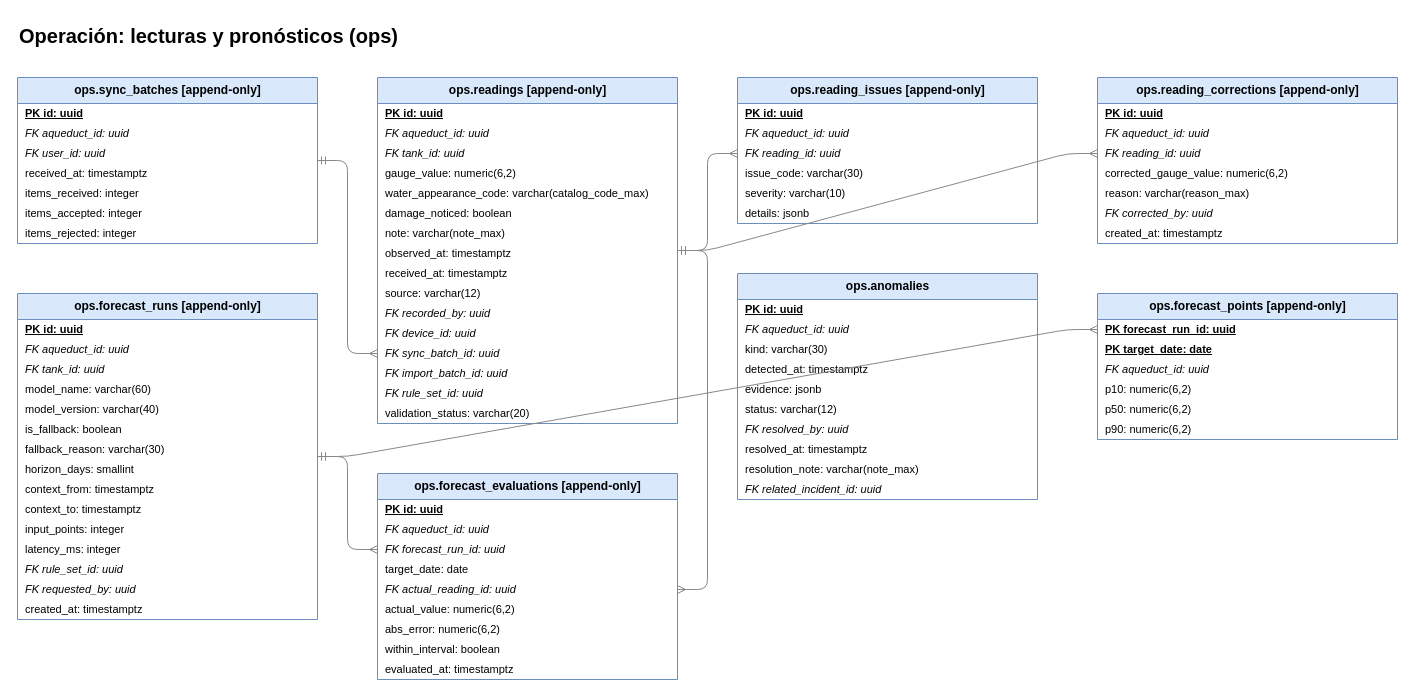
Above: page "Operación: lecturas y pronósticos (ops)" (4 of 7) of docs/images/modelo-de-datos.drawio in NicoalsD/caudal-backend (draw.io), before the change. Source tidied: cells renumbered, new cells numbered last; positions are measured from the earlier drawing's top-left corner, leaving out a move shared by most shapes. Both pictures are drawn from the tidied source at 100%, with x=0, y=0 at pixel (17, 17).
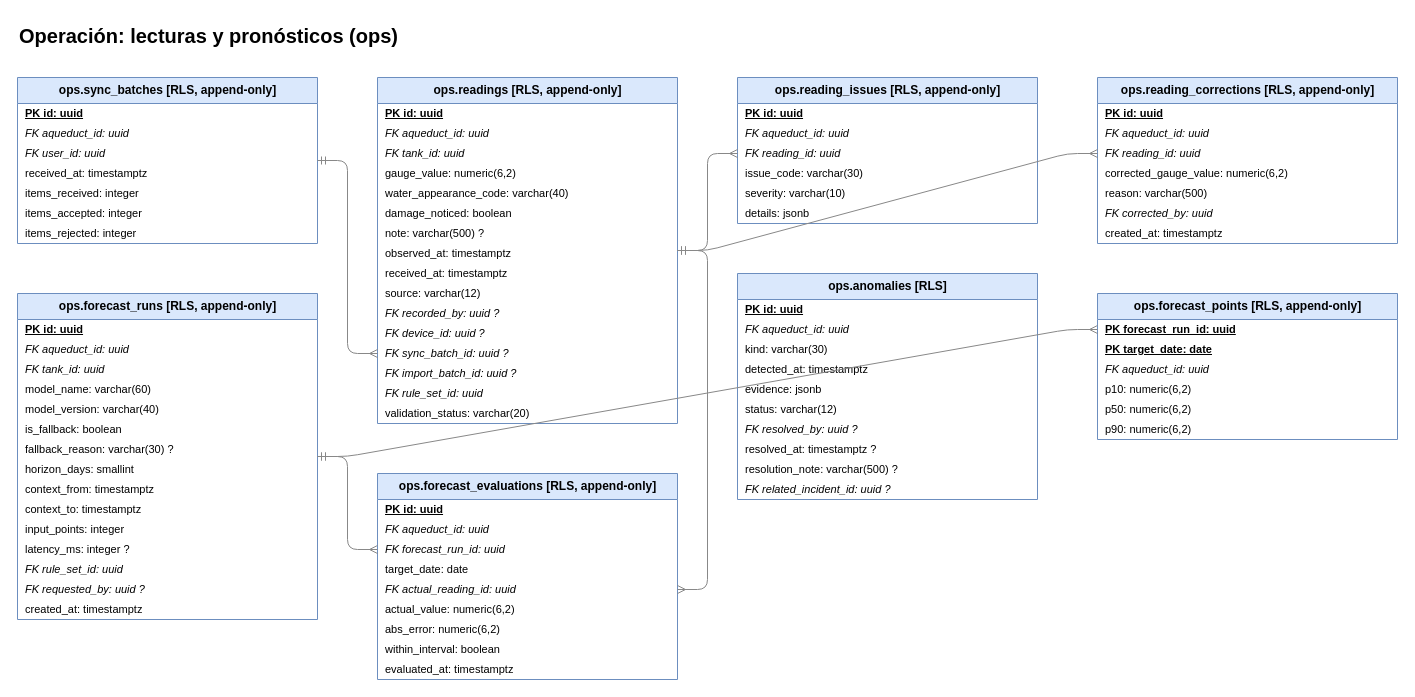
After the change.

The edit, as a diff of the source:
```diff
@@
-    <mxCell id="3" value="ops.sync_batches  [append-only]" style="swimlane;fontStyle=1;horizontal=1;startSize=26;html=1;fillColor=#dae8fc;strokeColor=#6c8ebf;fontSize=12;" parent="1" vertex="1">
+    <mxCell id="3" value="ops.sync_batches  [RLS, append-only]" style="swimlane;fontStyle=1;horizontal=1;startSize=26;html=1;fillColor=#dae8fc;strokeColor=#6c8ebf;fontSize=12;" parent="1" vertex="1">
       <mxGeometry y="60" width="300" height="166" as="geometry" />
     </mxCell>
@@
-    <mxCell id="11" value="ops.readings  [append-only]" style="swimlane;fontStyle=1;horizontal=1;startSize=26;html=1;fillColor=#dae8fc;strokeColor=#6c8ebf;fontSize=12;" parent="1" vertex="1">
+    <mxCell id="11" value="ops.readings  [RLS, append-only]" style="swimlane;fontStyle=1;horizontal=1;startSize=26;html=1;fillColor=#dae8fc;strokeColor=#6c8ebf;fontSize=12;" parent="1" vertex="1">
       <mxGeometry x="360" y="60" width="300" height="346" as="geometry" />
     </mxCell>
@@
-    <mxCell id="16" value="water_appearance_code: varchar(catalog_code_max)" style="text;strokeColor=none;fillColor=none;align=left;verticalAlign=middle;spacingLeft=6;html=1;fontSize=11;" parent="11" vertex="1">
+    <mxCell id="16" value="water_appearance_code: varchar(40)" style="text;strokeColor=none;fillColor=none;align=left;verticalAlign=middle;spacingLeft=6;html=1;fontSize=11;" parent="11" vertex="1">
       <mxGeometry y="106" width="300" height="20" as="geometry" />
     </mxCell>
@@
-    <mxCell id="18" value="note: varchar(note_max)" style="text;strokeColor=none;fillColor=none;align=left;verticalAlign=middle;spacingLeft=6;html=1;fontSize=11;" parent="11" vertex="1">
+    <mxCell id="18" value="note: varchar(500) ?" style="text;strokeColor=none;fillColor=none;align=left;verticalAlign=middle;spacingLeft=6;html=1;fontSize=11;" parent="11" vertex="1">
       <mxGeometry y="146" width="300" height="20" as="geometry" />
     </mxCell>
@@
-    <mxCell id="22" value="FK recorded_by: uuid" style="text;strokeColor=none;fillColor=none;align=left;verticalAlign=middle;spacingLeft=6;html=1;fontSize=11;fontStyle=2;" parent="11" vertex="1">
+    <mxCell id="22" value="FK recorded_by: uuid ?" style="text;strokeColor=none;fillColor=none;align=left;verticalAlign=middle;spacingLeft=6;html=1;fontSize=11;fontStyle=2;" parent="11" vertex="1">
       <mxGeometry y="226" width="300" height="20" as="geometry" />
     </mxCell>
-    <mxCell id="23" value="FK device_id: uuid" style="text;strokeColor=none;fillColor=none;align=left;verticalAlign=middle;spacingLeft=6;html=1;fontSize=11;fontStyle=2;" parent="11" vertex="1">
+    <mxCell id="23" value="FK device_id: uuid ?" style="text;strokeColor=none;fillColor=none;align=left;verticalAlign=middle;spacingLeft=6;html=1;fontSize=11;fontStyle=2;" parent="11" vertex="1">
       <mxGeometry y="246" width="300" height="20" as="geometry" />
     </mxCell>
-    <mxCell id="24" value="FK sync_batch_id: uuid" style="text;strokeColor=none;fillColor=none;align=left;verticalAlign=middle;spacingLeft=6;html=1;fontSize=11;fontStyle=2;" parent="11" vertex="1">
+    <mxCell id="24" value="FK sync_batch_id: uuid ?" style="text;strokeColor=none;fillColor=none;align=left;verticalAlign=middle;spacingLeft=6;html=1;fontSize=11;fontStyle=2;" parent="11" vertex="1">
       <mxGeometry y="266" width="300" height="20" as="geometry" />
     </mxCell>
-    <mxCell id="25" value="FK import_batch_id: uuid" style="text;strokeColor=none;fillColor=none;align=left;verticalAlign=middle;spacingLeft=6;html=1;fontSize=11;fontStyle=2;" parent="11" vertex="1">
+    <mxCell id="25" value="FK import_batch_id: uuid ?" style="text;strokeColor=none;fillColor=none;align=left;verticalAlign=middle;spacingLeft=6;html=1;fontSize=11;fontStyle=2;" parent="11" vertex="1">
       <mxGeometry y="286" width="300" height="20" as="geometry" />
     </mxCell>
@@
-    <mxCell id="28" value="ops.reading_issues  [append-only]" style="swimlane;fontStyle=1;horizontal=1;startSize=26;html=1;fillColor=#dae8fc;strokeColor=#6c8ebf;fontSize=12;" parent="1" vertex="1">
+    <mxCell id="28" value="ops.reading_issues  [RLS, append-only]" style="swimlane;fontStyle=1;horizontal=1;startSize=26;html=1;fillColor=#dae8fc;strokeColor=#6c8ebf;fontSize=12;" parent="1" vertex="1">
       <mxGeometry x="720" y="60" width="300" height="146" as="geometry" />
     </mxCell>
@@
-    <mxCell id="35" value="ops.reading_corrections  [append-only]" style="swimlane;fontStyle=1;horizontal=1;startSize=26;html=1;fillColor=#dae8fc;strokeColor=#6c8ebf;fontSize=12;" parent="1" vertex="1">
+    <mxCell id="35" value="ops.reading_corrections  [RLS, append-only]" style="swimlane;fontStyle=1;horizontal=1;startSize=26;html=1;fillColor=#dae8fc;strokeColor=#6c8ebf;fontSize=12;" parent="1" vertex="1">
       <mxGeometry x="1080" y="60" width="300" height="166" as="geometry" />
     </mxCell>
@@
-    <mxCell id="40" value="reason: varchar(reason_max)" style="text;strokeColor=none;fillColor=none;align=left;verticalAlign=middle;spacingLeft=6;html=1;fontSize=11;" parent="35" vertex="1">
+    <mxCell id="40" value="reason: varchar(500)" style="text;strokeColor=none;fillColor=none;align=left;verticalAlign=middle;spacingLeft=6;html=1;fontSize=11;" parent="35" vertex="1">
       <mxGeometry y="106" width="300" height="20" as="geometry" />
     </mxCell>
@@
-    <mxCell id="43" value="ops.anomalies" style="swimlane;fontStyle=1;horizontal=1;startSize=26;html=1;fillColor=#dae8fc;strokeColor=#6c8ebf;fontSize=12;" parent="1" vertex="1">
+    <mxCell id="43" value="ops.anomalies  [RLS]" style="swimlane;fontStyle=1;horizontal=1;startSize=26;html=1;fillColor=#dae8fc;strokeColor=#6c8ebf;fontSize=12;" parent="1" vertex="1">
       <mxGeometry x="720" y="256" width="300" height="226" as="geometry" />
     </mxCell>
@@
-    <mxCell id="50" value="FK resolved_by: uuid" style="text;strokeColor=none;fillColor=none;align=left;verticalAlign=middle;spacingLeft=6;html=1;fontSize=11;fontStyle=2;" parent="43" vertex="1">
+    <mxCell id="50" value="FK resolved_by: uuid ?" style="text;strokeColor=none;fillColor=none;align=left;verticalAlign=middle;spacingLeft=6;html=1;fontSize=11;fontStyle=2;" parent="43" vertex="1">
       <mxGeometry y="146" width="300" height="20" as="geometry" />
     </mxCell>
-    <mxCell id="51" value="resolved_at: timestamptz" style="text;strokeColor=none;fillColor=none;align=left;verticalAlign=middle;spacingLeft=6;html=1;fontSize=11;" parent="43" vertex="1">
+    <mxCell id="51" value="resolved_at: timestamptz ?" style="text;strokeColor=none;fillColor=none;align=left;verticalAlign=middle;spacingLeft=6;html=1;fontSize=11;" parent="43" vertex="1">
       <mxGeometry y="166" width="300" height="20" as="geometry" />
     </mxCell>
-    <mxCell id="52" value="resolution_note: varchar(note_max)" style="text;strokeColor=none;fillColor=none;align=left;verticalAlign=middle;spacingLeft=6;html=1;fontSize=11;" parent="43" vertex="1">
+    <mxCell id="52" value="resolution_note: varchar(500) ?" style="text;strokeColor=none;fillColor=none;align=left;verticalAlign=middle;spacingLeft=6;html=1;fontSize=11;" parent="43" vertex="1">
       <mxGeometry y="186" width="300" height="20" as="geometry" />
     </mxCell>
-    <mxCell id="53" value="FK related_incident_id: uuid" style="text;strokeColor=none;fillColor=none;align=left;verticalAlign=middle;spacingLeft=6;html=1;fontSize=11;fontStyle=2;" parent="43" vertex="1">
+    <mxCell id="53" value="FK related_incident_id: uuid ?" style="text;strokeColor=none;fillColor=none;align=left;verticalAlign=middle;spacingLeft=6;html=1;fontSize=11;fontStyle=2;" parent="43" vertex="1">
       <mxGeometry y="206" width="300" height="20" as="geometry" />
     </mxCell>
-    <mxCell id="54" value="ops.forecast_runs  [append-only]" style="swimlane;fontStyle=1;horizontal=1;startSize=26;html=1;fillColor=#dae8fc;strokeColor=#6c8ebf;fontSize=12;" parent="1" vertex="1">
+    <mxCell id="54" value="ops.forecast_runs  [RLS, append-only]" style="swimlane;fontStyle=1;horizontal=1;startSize=26;html=1;fillColor=#dae8fc;strokeColor=#6c8ebf;fontSize=12;" parent="1" vertex="1">
       <mxGeometry y="276" width="300" height="326" as="geometry" />
     </mxCell>
@@
-    <mxCell id="61" value="fallback_reason: varchar(30)" style="text;strokeColor=none;fillColor=none;align=left;verticalAlign=middle;spacingLeft=6;html=1;fontSize=11;" parent="54" vertex="1">
+    <mxCell id="61" value="fallback_reason: varchar(30) ?" style="text;strokeColor=none;fillColor=none;align=left;verticalAlign=middle;spacingLeft=6;html=1;fontSize=11;" parent="54" vertex="1">
       <mxGeometry y="146" width="300" height="20" as="geometry" />
     </mxCell>
@@
-    <mxCell id="66" value="latency_ms: integer" style="text;strokeColor=none;fillColor=none;align=left;verticalAlign=middle;spacingLeft=6;html=1;fontSize=11;" parent="54" vertex="1">
+    <mxCell id="66" value="latency_ms: integer ?" style="text;strokeColor=none;fillColor=none;align=left;verticalAlign=middle;spacingLeft=6;html=1;fontSize=11;" parent="54" vertex="1">
       <mxGeometry y="246" width="300" height="20" as="geometry" />
     </mxCell>
@@
-    <mxCell id="68" value="FK requested_by: uuid" style="text;strokeColor=none;fillColor=none;align=left;verticalAlign=middle;spacingLeft=6;html=1;fontSize=11;fontStyle=2;" parent="54" vertex="1">
+    <mxCell id="68" value="FK requested_by: uuid ?" style="text;strokeColor=none;fillColor=none;align=left;verticalAlign=middle;spacingLeft=6;html=1;fontSize=11;fontStyle=2;" parent="54" vertex="1">
       <mxGeometry y="286" width="300" height="20" as="geometry" />
     </mxCell>
@@
-    <mxCell id="70" value="ops.forecast_points  [append-only]" style="swimlane;fontStyle=1;horizontal=1;startSize=26;html=1;fillColor=#dae8fc;strokeColor=#6c8ebf;fontSize=12;" parent="1" vertex="1">
+    <mxCell id="70" value="ops.forecast_points  [RLS, append-only]" style="swimlane;fontStyle=1;horizontal=1;startSize=26;html=1;fillColor=#dae8fc;strokeColor=#6c8ebf;fontSize=12;" parent="1" vertex="1">
       <mxGeometry x="1080" y="276" width="300" height="146" as="geometry" />
     </mxCell>
@@
-    <mxCell id="77" value="ops.forecast_evaluations  [append-only]" style="swimlane;fontStyle=1;horizontal=1;startSize=26;html=1;fillColor=#dae8fc;strokeColor=#6c8ebf;fontSize=12;" parent="1" vertex="1">
+    <mxCell id="77" value="ops.forecast_evaluations  [RLS, append-only]" style="swimlane;fontStyle=1;horizontal=1;startSize=26;html=1;fillColor=#dae8fc;strokeColor=#6c8ebf;fontSize=12;" parent="1" vertex="1">
       <mxGeometry x="360" y="456" width="300" height="206" as="geometry" />
     </mxCell>
```
